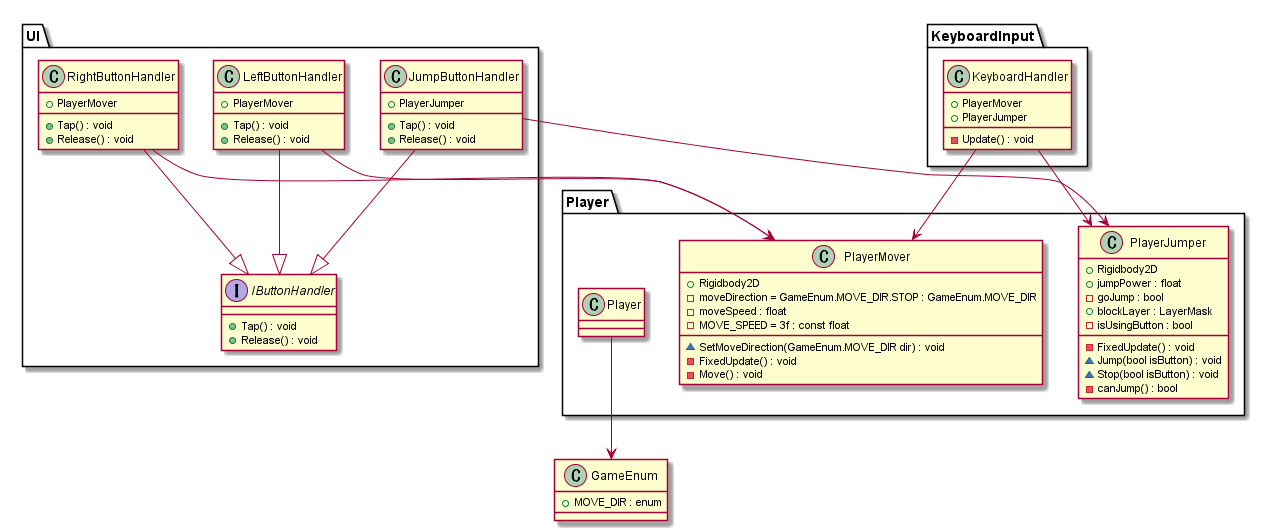
Above: out/TheRun/UML/class/TheRun.png in gladiolusbamboo/180921UnityTerakoyaAgain (PlantUML), before the change.
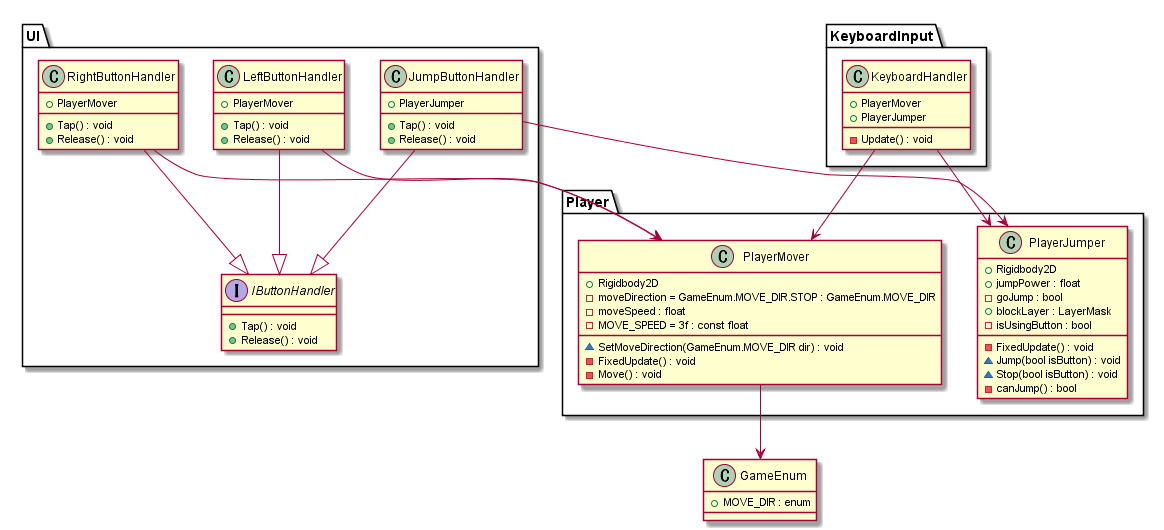
The same file after the commit.

What changed in the source:
```diff
@@ -44,7 +44,7 @@
         - FixedUpdate() : void
         - Move() : void
     }
-    Player --> .GameEnum
+    PlayerMover --> .GameEnum
 
     class PlayerJumper{
         + Rigidbody2D
```
